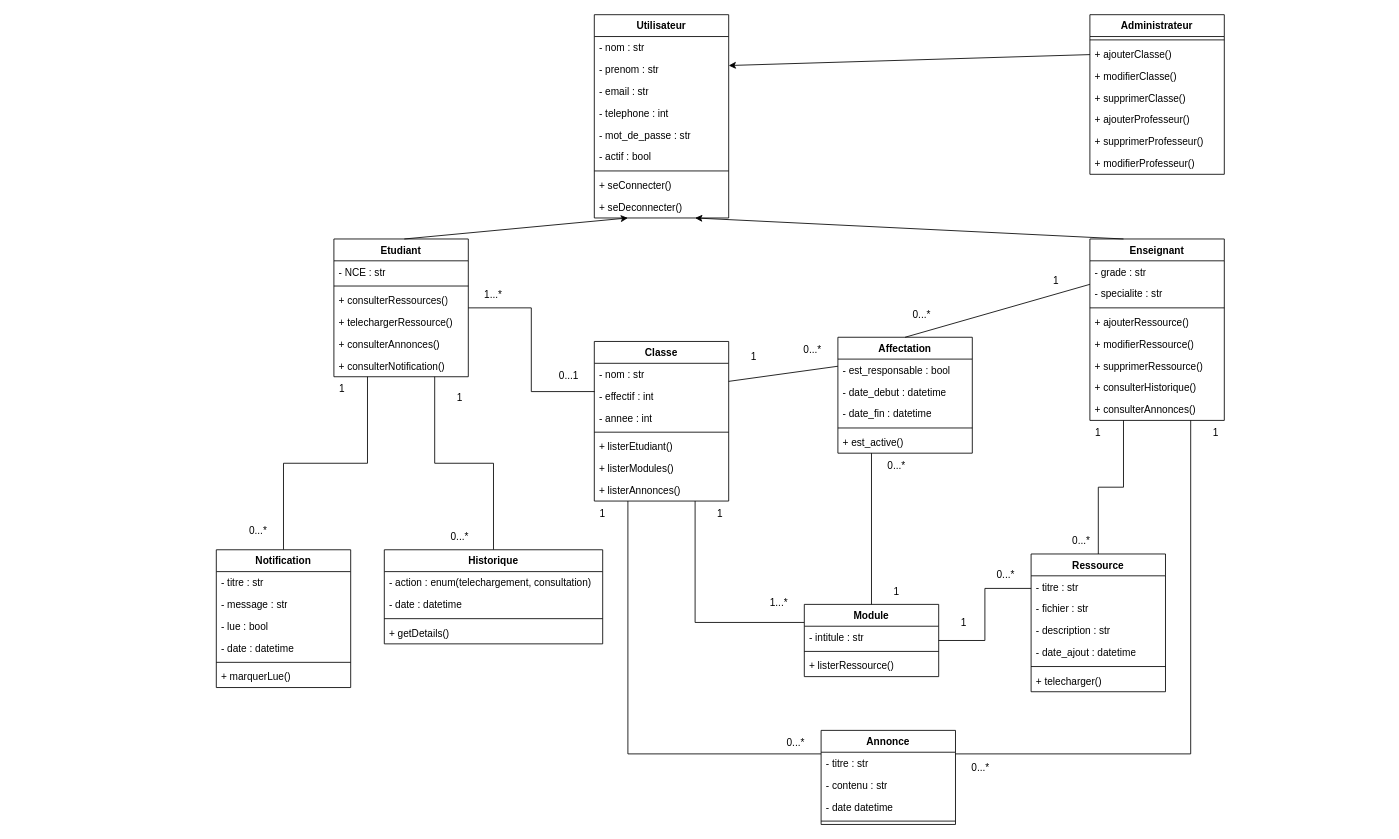
NoSeaBass/Django-Partage_Resources_Pedagogiques keeps this draw.io diagram as page "Classes" (4 of 4) of documents/DiagrammesActivites.drawio. Above is the earlier version. Source tidied: cells renumbered, new cells numbered last; positions are measured from the earlier drawing's top-left corner, leaving out a move shared by most shapes. Both pictures are drawn from the tidied source at 84%, with x=0, y=0 at pixel (216, 14).
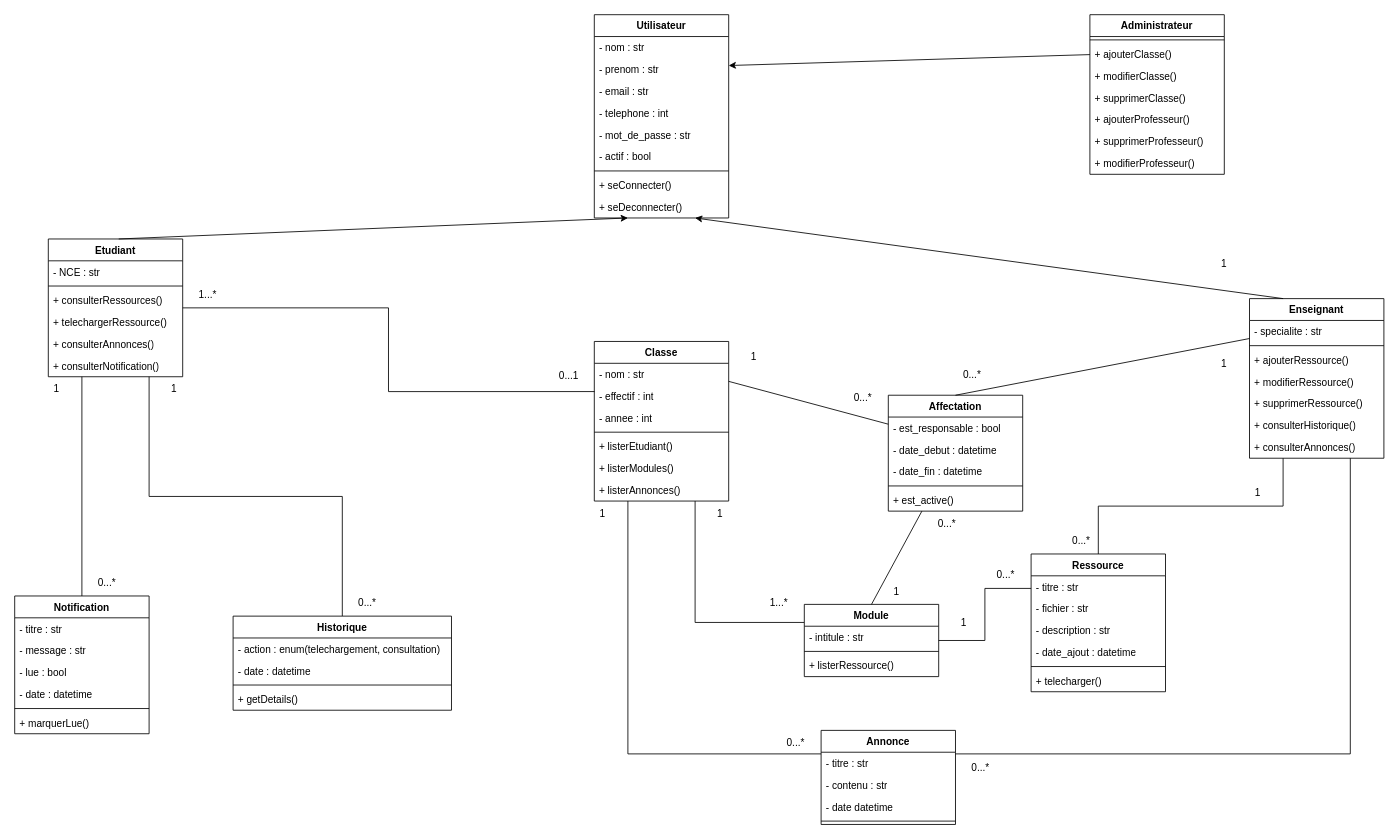
The same page after the edit.

Diff of the diagram source:
```diff
@@
     <mxCell id="14" value="Etudiant" style="swimlane;fontStyle=1;align=center;verticalAlign=top;horizontal=1;startSize=26;whiteSpace=wrap;html=1;" parent="1" vertex="1">
-      <mxGeometry x="140" y="267" width="160" height="164" as="geometry" />
+      <mxGeometry x="-200" y="267" width="160" height="164" as="geometry" />
     </mxCell>
@@
     <mxCell id="23" value="Enseignant" style="swimlane;fontStyle=1;align=center;verticalAlign=top;horizontal=1;startSize=26;whiteSpace=wrap;html=1;" parent="1" vertex="1">
-      <mxGeometry x="1040" y="267" width="160" height="216" as="geometry" />
+      <mxGeometry x="1230" y="338" width="160" height="190" as="geometry" />
     </mxCell>
-    <mxCell id="24" value="- grade : str" style="text;strokeColor=none;fillColor=none;align=left;verticalAlign=top;spacingLeft=4;spacingRight=4;overflow=hidden;whiteSpace=wrap;html=1;" parent="23" vertex="1">
-      <mxGeometry y="26" width="160" height="26" as="geometry" />
-    </mxCell>
     <mxCell id="25" value="- specialite : str" style="text;strokeColor=none;fillColor=none;align=left;verticalAlign=top;spacingLeft=4;spacingRight=4;overflow=hidden;whiteSpace=wrap;html=1;" parent="23" vertex="1">
-      <mxGeometry y="52" width="160" height="26" as="geometry" />
+      <mxGeometry y="26" width="160" height="26" as="geometry" />
     </mxCell>
     <mxCell id="26" style="line;strokeWidth=1;fillColor=none;align=left;verticalAlign=middle;spacingTop=-1;spacingLeft=3;spacingRight=3;labelPosition=right;strokeColor=inherit;" parent="23" vertex="1">
-      <mxGeometry y="78" width="160" height="8" as="geometry" />
+      <mxGeometry y="52" width="160" height="8" as="geometry" />
     </mxCell>
     <mxCell id="27" value="+ ajouterRessource()" style="text;strokeColor=none;fillColor=none;align=left;verticalAlign=top;spacingLeft=4;spacingRight=4;overflow=hidden;whiteSpace=wrap;html=1;" parent="23" vertex="1">
-      <mxGeometry y="86" width="160" height="26" as="geometry" />
+      <mxGeometry y="60" width="160" height="26" as="geometry" />
     </mxCell>
     <mxCell id="28" value="+ modifierRessource()" style="text;strokeColor=none;fillColor=none;align=left;verticalAlign=top;spacingLeft=4;spacingRight=4;overflow=hidden;whiteSpace=wrap;html=1;" parent="23" vertex="1">
-      <mxGeometry y="112" width="160" height="26" as="geometry" />
+      <mxGeometry y="86" width="160" height="26" as="geometry" />
     </mxCell>
     <mxCell id="29" value="+ supprimerRessource&lt;span style=&quot;background-color: transparent; color: light-dark(rgb(0, 0, 0), rgb(255, 255, 255));&quot;&gt;()&lt;/span&gt;" style="text;strokeColor=none;fillColor=none;align=left;verticalAlign=top;spacingLeft=4;spacingRight=4;overflow=hidden;whiteSpace=wrap;html=1;" parent="23" vertex="1">
-      <mxGeometry y="138" width="160" height="26" as="geometry" />
+      <mxGeometry y="112" width="160" height="26" as="geometry" />
     </mxCell>
     <mxCell id="30" value="+ consulterHistorique()" style="text;strokeColor=none;fillColor=none;align=left;verticalAlign=top;spacingLeft=4;spacingRight=4;overflow=hidden;whiteSpace=wrap;html=1;" parent="23" vertex="1">
-      <mxGeometry y="164" width="160" height="26" as="geometry" />
+      <mxGeometry y="138" width="160" height="26" as="geometry" />
     </mxCell>
     <mxCell id="31" value="+ consulterAnnonces()" style="text;strokeColor=none;fillColor=none;align=left;verticalAlign=top;spacingLeft=4;spacingRight=4;overflow=hidden;whiteSpace=wrap;html=1;" parent="23" vertex="1">
-      <mxGeometry y="190" width="160" height="26" as="geometry" />
+      <mxGeometry y="164" width="160" height="26" as="geometry" />
     </mxCell>
@@
     <mxCell id="62" value="Notification" style="swimlane;fontStyle=1;align=center;verticalAlign=top;horizontal=1;startSize=26;whiteSpace=wrap;html=1;" parent="1" vertex="1">
-      <mxGeometry y="637" width="160" height="164" as="geometry" />
+      <mxGeometry x="-240" y="692" width="160" height="164" as="geometry" />
     </mxCell>
@@
     <mxCell id="69" value="Historique" style="swimlane;fontStyle=1;align=center;verticalAlign=top;horizontal=1;startSize=26;whiteSpace=wrap;html=1;" parent="1" vertex="1">
-      <mxGeometry x="200" y="637" width="260" height="112" as="geometry" />
+      <mxGeometry x="20" y="716" width="260" height="112" as="geometry" />
     </mxCell>
@@
     <mxCell id="80" value="Affectation" style="swimlane;fontStyle=1;align=center;verticalAlign=top;horizontal=1;startSize=26;whiteSpace=wrap;html=1;" parent="1" vertex="1">
-      <mxGeometry x="740" y="384" width="160" height="138" as="geometry" />
+      <mxGeometry x="800" y="453" width="160" height="138" as="geometry" />
     </mxCell>
@@
     <mxCell id="92" value="1" style="text;html=1;whiteSpace=wrap;strokeColor=none;fillColor=none;align=center;verticalAlign=middle;rounded=0;" parent="1" vertex="1">
-      <mxGeometry x="120" y="431" width="60" height="30" as="geometry" />
+      <mxGeometry x="-220" y="431" width="60" height="30" as="geometry" />
     </mxCell>
     <mxCell id="93" value="0...*" style="text;html=1;whiteSpace=wrap;strokeColor=none;fillColor=none;align=center;verticalAlign=middle;rounded=0;" parent="1" vertex="1">
-      <mxGeometry x="20" y="600" width="60" height="30" as="geometry" />
+      <mxGeometry x="-160" y="662" width="60" height="30" as="geometry" />
     </mxCell>
     <mxCell id="94" value="1" style="text;html=1;whiteSpace=wrap;strokeColor=none;fillColor=none;align=center;verticalAlign=middle;rounded=0;" parent="1" vertex="1">
-      <mxGeometry x="260" y="441" width="60" height="30" as="geometry" />
+      <mxGeometry x="-80" y="431" width="60" height="30" as="geometry" />
     </mxCell>
     <mxCell id="95" value="0...*" style="text;html=1;whiteSpace=wrap;strokeColor=none;fillColor=none;align=center;verticalAlign=middle;rounded=0;" parent="1" vertex="1">
-      <mxGeometry x="260" y="607" width="60" height="30" as="geometry" />
+      <mxGeometry x="150" y="686" width="60" height="30" as="geometry" />
     </mxCell>
     <mxCell id="96" value="1...*" style="text;html=1;whiteSpace=wrap;strokeColor=none;fillColor=none;align=center;verticalAlign=middle;rounded=0;" parent="1" vertex="1">
-      <mxGeometry x="300" y="319" width="60" height="30" as="geometry" />
+      <mxGeometry x="-40" y="319" width="60" height="30" as="geometry" />
     </mxCell>
@@
     <mxCell id="104" value="0...*" style="text;html=1;whiteSpace=wrap;strokeColor=none;fillColor=none;align=center;verticalAlign=middle;rounded=0;" parent="1" vertex="1">
-      <mxGeometry x="810" y="342" width="60" height="30" as="geometry" />
+      <mxGeometry x="870" y="414" width="60" height="30" as="geometry" />
     </mxCell>
     <mxCell id="105" value="1" style="text;html=1;whiteSpace=wrap;strokeColor=none;fillColor=none;align=center;verticalAlign=middle;rounded=0;" parent="1" vertex="1">
-      <mxGeometry x="970" y="302" width="60" height="30" as="geometry" />
+      <mxGeometry x="1170" y="282" width="60" height="30" as="geometry" />
     </mxCell>
@@
     <mxCell id="109" value="1" style="text;html=1;whiteSpace=wrap;strokeColor=none;fillColor=none;align=center;verticalAlign=middle;rounded=0;" parent="1" vertex="1">
-      <mxGeometry x="1020" y="483" width="60" height="30" as="geometry" />
+      <mxGeometry x="1210" y="554" width="60" height="30" as="geometry" />
     </mxCell>
     <mxCell id="110" value="1" style="text;html=1;whiteSpace=wrap;strokeColor=none;fillColor=none;align=center;verticalAlign=middle;rounded=0;" parent="1" vertex="1">
-      <mxGeometry x="1160" y="483" width="60" height="30" as="geometry" />
+      <mxGeometry x="1170" y="401" width="60" height="30" as="geometry" />
     </mxCell>
@@
     <mxCell id="112" value="0...*" style="text;html=1;whiteSpace=wrap;strokeColor=none;fillColor=none;align=center;verticalAlign=middle;rounded=0;" parent="1" vertex="1">
-      <mxGeometry x="680" y="384" width="60" height="30" as="geometry" />
+      <mxGeometry x="740" y="441" width="60" height="30" as="geometry" />
     </mxCell>
     <mxCell id="113" value="0...*" style="text;html=1;whiteSpace=wrap;strokeColor=none;fillColor=none;align=center;verticalAlign=middle;rounded=0;" parent="1" vertex="1">
-      <mxGeometry x="780" y="522" width="60" height="30" as="geometry" />
+      <mxGeometry x="840" y="591" width="60" height="30" as="geometry" />
     </mxCell>
```
